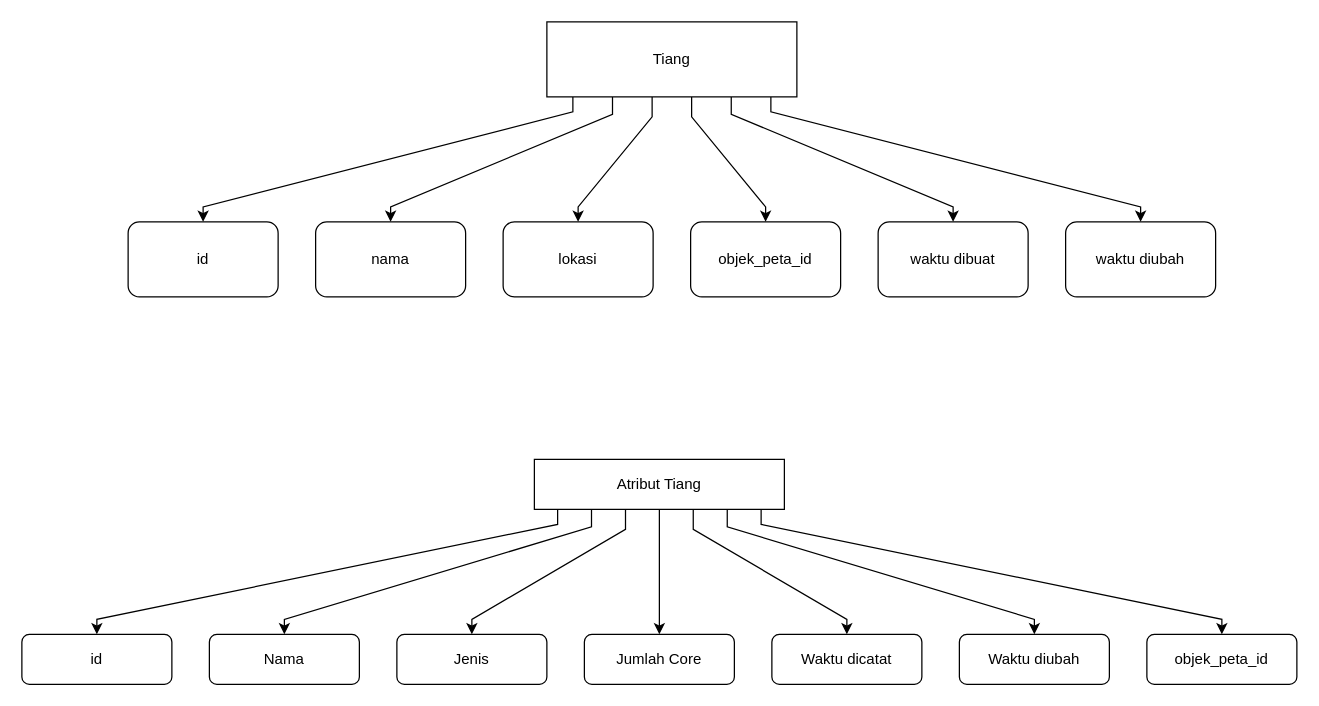
The draw.io diagram page "Database tiang jaringan" (7 of 7) of diagram.drawio in anan474/kerja_praktek_2020, before the edit. Source tidied: cells renumbered, new cells numbered last; positions are measured from the earlier drawing's top-left corner, leaving out a move shared by most shapes. Both pictures are drawn from the tidied source at 125%, with x=0, y=0 at pixel (21, 21).
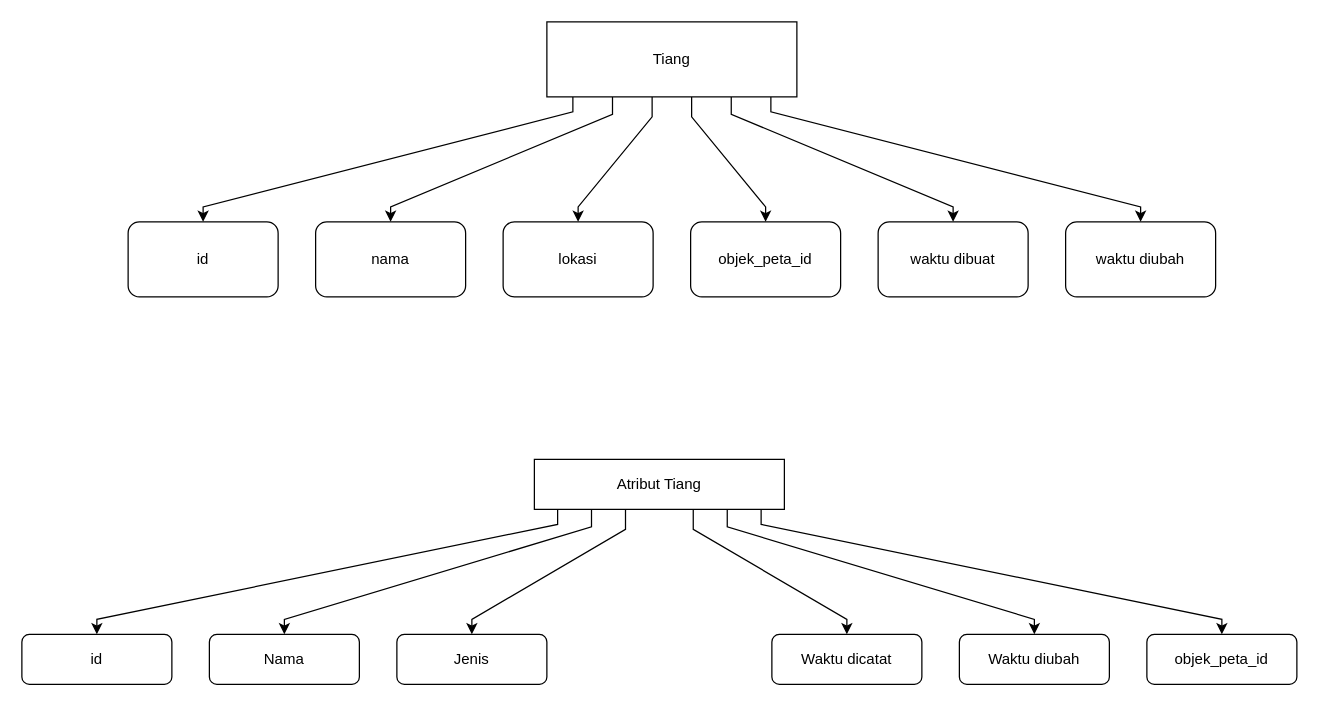
The same page after the edit.

The change refers to these unchanged cells:
```xml
<mxCell id="22" value="Atribut Tiang" style="rounded=0;whiteSpace=wrap;html=1;" parent="1" vertex="1">
  <mxGeometry x="410" y="350" width="200" height="40" as="geometry" />
</mxCell>
```

The edit, as a diff of the source:
```diff
@@
-    <mxCell id="18" style="edgeStyle=orthogonalEdgeStyle;rounded=0;jettySize=auto;html=1;exitDx=0;exitDy=0;entryDx=0;entryDy=0;noEdgeStyle=1;orthogonal=1;" parent="1" edge="1" source="22" target="26">
-      <mxGeometry relative="1" as="geometry">
-        <Array as="points">
-          <mxPoint x="510" y="408" />
-          <mxPoint x="510" y="478" />
-        </Array>
-      </mxGeometry>
-    </mxCell>
@@
-    <mxCell id="26" value="Jumlah Core" style="rounded=1;whiteSpace=wrap;html=1;" parent="1" vertex="1">
-      <mxGeometry x="450" y="490" width="120" height="40" as="geometry" />
-    </mxCell>
```
